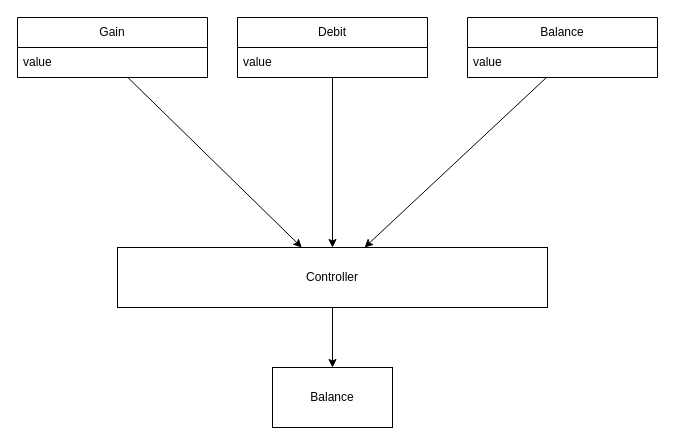
Earlier version of the draw.io diagram diagrams/dataFlowDiagram.drawio (EgydioBNeto/finance). Source tidied: cells renumbered, new cells numbered last; positions are measured from the earlier drawing's top-left corner, leaving out a move shared by most shapes. Both pictures are drawn from the tidied source at 100%, with x=0, y=0 at pixel (17, 17).
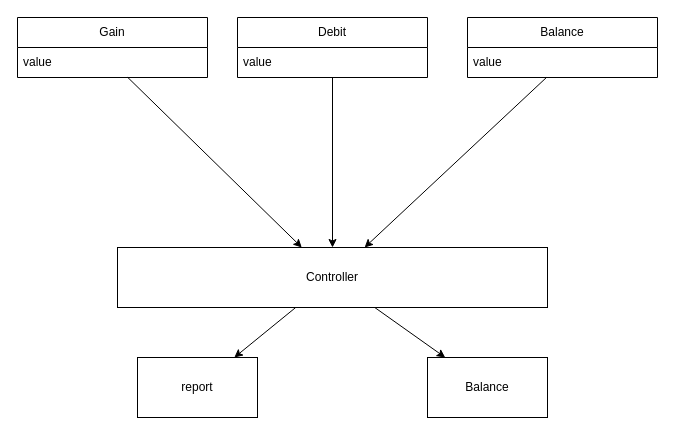
Above is the later version.

Commit message (it also covers changes not shown here):
dockerizing application

The edit, as a diff of the source:
```diff
@@
 <mxGraphModel>
   <root>
     <mxCell id="0" />
     <mxCell id="1" parent="0" />
     <mxCell id="2" value="Gain" style="swimlane;fontStyle=0;horizontal=1;startSize=30;whiteSpace=wrap;html=1;" parent="1" vertex="1">
       <mxGeometry width="190" height="60" as="geometry" />
     </mxCell>
     <mxCell id="3" value="value" style="text;strokeColor=none;fillColor=none;align=left;verticalAlign=middle;spacingLeft=4;spacingRight=4;overflow=hidden;points=[[0,0.5],[1,0.5]];portConstraint=eastwest;whiteSpace=wrap;html=1;" parent="2" vertex="1">
       <mxGeometry y="30" width="190" height="30" as="geometry" />
     </mxCell>
     <mxCell id="4" value="Debit" style="swimlane;fontStyle=0;horizontal=1;startSize=30;whiteSpace=wrap;html=1;" parent="1" vertex="1">
       <mxGeometry x="220" width="190" height="60" as="geometry" />
     </mxCell>
     <mxCell id="5" value="value" style="text;strokeColor=none;fillColor=none;align=left;verticalAlign=middle;spacingLeft=4;spacingRight=4;overflow=hidden;points=[[0,0.5],[1,0.5]];portConstraint=eastwest;whiteSpace=wrap;html=1;" parent="4" vertex="1">
       <mxGeometry y="30" width="190" height="30" as="geometry" />
     </mxCell>
     <mxCell id="6" value="Balance" style="swimlane;fontStyle=0;horizontal=1;startSize=30;whiteSpace=wrap;html=1;" parent="1" vertex="1">
       <mxGeometry x="450" width="190" height="60" as="geometry" />
     </mxCell>
     <mxCell id="7" value="value" style="text;strokeColor=none;fillColor=none;align=left;verticalAlign=middle;spacingLeft=4;spacingRight=4;overflow=hidden;points=[[0,0.5],[1,0.5]];portConstraint=eastwest;whiteSpace=wrap;html=1;" parent="6" vertex="1">
       <mxGeometry y="30" width="190" height="30" as="geometry" />
     </mxCell>
     <mxCell id="8" style="edgeStyle=none;html=1;" parent="1" edge="1" source="9" target="13">
       <mxGeometry relative="1" as="geometry" />
     </mxCell>
+    <mxCell id="14" style="edgeStyle=none;html=1;" parent="1" edge="1" source="9" target="15">
+      <mxGeometry relative="1" as="geometry" />
+    </mxCell>
     <mxCell id="9" value="Controller" style="rounded=0;whiteSpace=wrap;html=1;" parent="1" vertex="1">
       <mxGeometry x="100" y="230" width="430" height="60" as="geometry" />
     </mxCell>
     <mxCell id="10" style="edgeStyle=none;html=1;" parent="1" edge="1" source="3" target="9">
       <mxGeometry relative="1" as="geometry" />
     </mxCell>
     <mxCell id="11" style="edgeStyle=none;html=1;" parent="1" edge="1" source="7" target="9">
       <mxGeometry relative="1" as="geometry" />
     </mxCell>
     <mxCell id="12" style="edgeStyle=none;html=1;" parent="1" edge="1" source="5" target="9">
       <mxGeometry relative="1" as="geometry" />
     </mxCell>
     <mxCell id="13" value="Balance" style="rounded=0;whiteSpace=wrap;html=1;" parent="1" vertex="1">
-      <mxGeometry x="255" y="350" width="120" height="60" as="geometry" />
+      <mxGeometry x="410" y="340" width="120" height="60" as="geometry" />
     </mxCell>
+    <mxCell id="15" value="report" style="rounded=0;whiteSpace=wrap;html=1;" parent="1" vertex="1">
+      <mxGeometry x="120" y="340" width="120" height="60" as="geometry" />
+    </mxCell>
   </root>
 </mxGraphModel>
```
